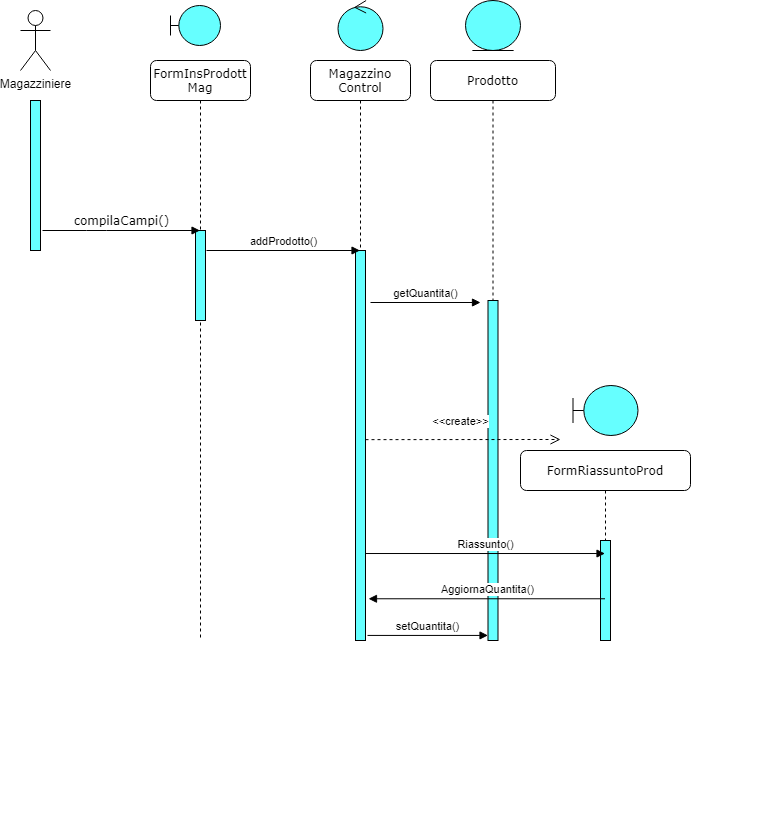
Above: Object&SequenceDiagram/SD_2.png in Ciro-Fusco/NewDM (draw.io), before the change. Source tidied: cells renumbered, new cells last; positions are measured from the earlier drawing's top-left corner, leaving out a move shared by most shapes.
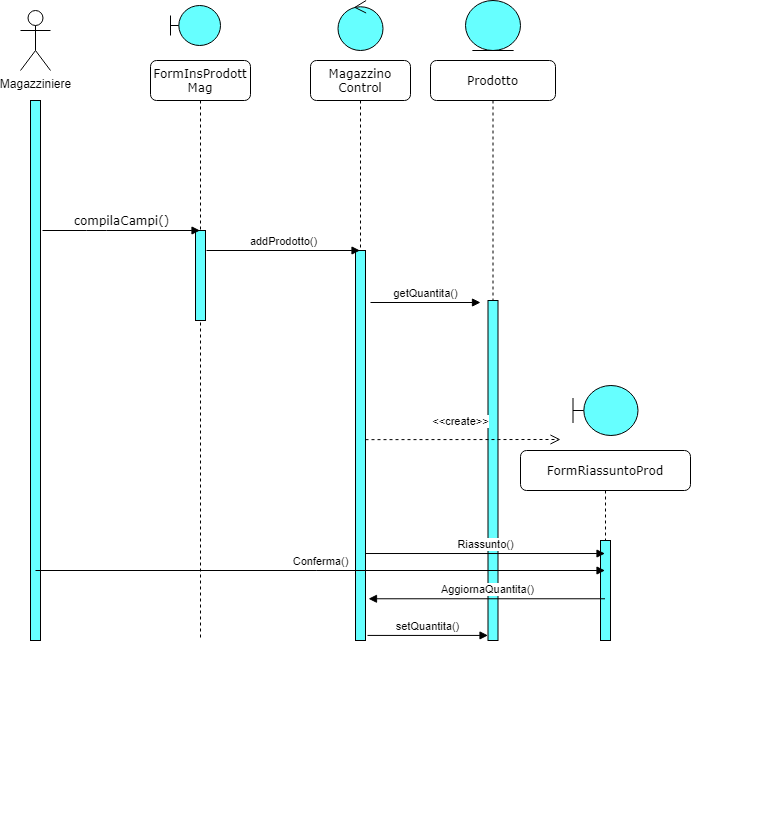
Later version of the same file.

What changed in the source:
```diff
@@ -12,7 +12,7 @@
       <mxGeometry y="10" width="30" height="60" as="geometry" />
     </mxCell>
     <mxCell id="5" style="html=1;perimeter=orthogonalPerimeter;rounded=0;shadow=0;comic=0;labelBackgroundColor=none;strokeWidth=1;fontFamily=Verdana;fontSize=12;align=center;fillColor=#66FFFF;" parent="1" vertex="1">
-      <mxGeometry x="10" y="100" width="10" height="150" as="geometry" />
+      <mxGeometry x="10" y="100" width="10" height="540" as="geometry" />
     </mxCell>
     <mxCell id="6" value="Magazzino&lt;br&gt;Control" style="shape=umlLifeline;perimeter=lifelinePerimeter;whiteSpace=wrap;html=1;outlineConnect=0;rounded=1;shadow=0;comic=0;labelBackgroundColor=none;strokeWidth=1;fontFamily=Verdana;fontSize=12;align=center;" parent="1" vertex="1">
       <mxGeometry x="290" y="60" width="100" height="580" as="geometry" />
@@ -80,5 +80,10 @@
         <mxPoint x="540" y="439" as="targetPoint" />
       </mxGeometry>
     </mxCell>
+    <mxCell id="24" value="Conferma()" style="html=1;verticalAlign=bottom;endArrow=block;" parent="1" edge="1" target="14">
+      <mxGeometry relative="1" as="geometry">
+        <mxPoint x="15" y="570" as="sourcePoint" />
+      </mxGeometry>
+    </mxCell>
   </root>
 </mxGraphModel>
```
